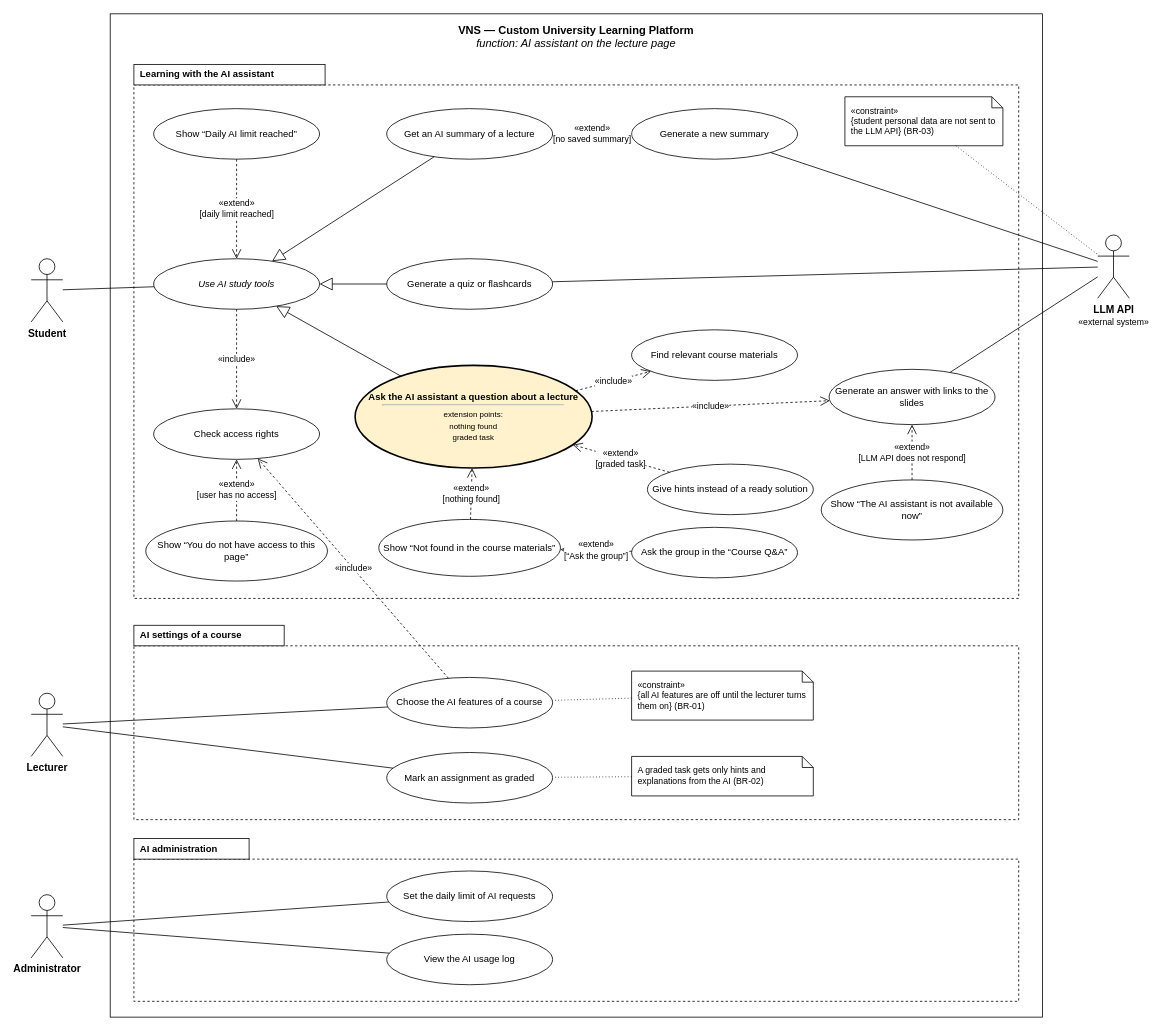
Before: BA/Part 5_Diagramming UML-20260912/Done/Manual/Artifacts/1. Use Case Diagram_VNS.drawio in yarikshevchuk/business-analysis, a draw.io diagram. Source tidied: cells renumbered, new cells numbered last; positions are measured from the earlier drawing's top-left corner, leaving out a move shared by most shapes. Both pictures are drawn from the tidied source at 79%, with x=0, y=0 at pixel (31, 13).
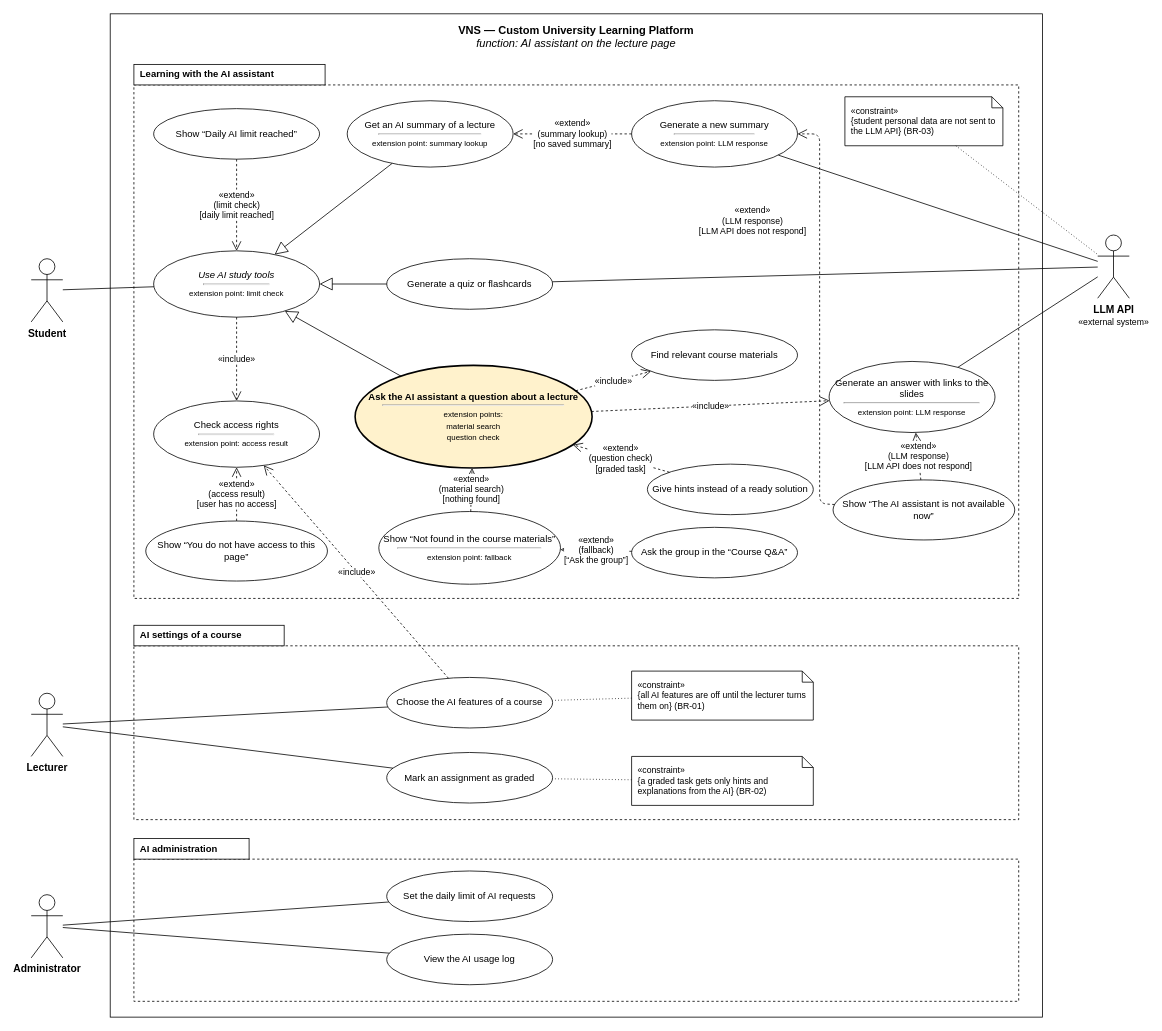
Above is the later version.

The change refers to these unchanged cells:
```xml
<mxCell id="13" value="Show “Daily AI limit reached”" style="ellipse;whiteSpace=wrap;html=1;fillColor=#ffffff;strokeColor=#000000;fontFamily=Helvetica;fontSize=12;" parent="1" vertex="1">
  <mxGeometry x="155" y="120" width="210" height="64" as="geometry" />
</mxCell>
<mxCell id="16" value="Show “You do not have access to this page”" style="ellipse;whiteSpace=wrap;html=1;fillColor=#ffffff;strokeColor=#000000;fontFamily=Helvetica;fontSize=12;" parent="1" vertex="1">
  <mxGeometry x="145" y="642" width="230" height="76" as="geometry" />
</mxCell>
<mxCell id="23" value="Give hints instead of a ready solution" style="ellipse;whiteSpace=wrap;html=1;fillColor=#ffffff;strokeColor=#000000;fontFamily=Helvetica;fontSize=12;" parent="1" vertex="1">
  <mxGeometry x="780" y="570" width="210" height="64" as="geometry" />
</mxCell>
<mxCell id="25" value="Ask the group in the “Course Q&amp;amp;A”" style="ellipse;whiteSpace=wrap;html=1;fillColor=#ffffff;strokeColor=#000000;fontFamily=Helvetica;fontSize=12;" parent="1" vertex="1">
  <mxGeometry x="760" y="650" width="210" height="64" as="geometry" />
</mxCell>
```

What changed in the source:
```diff
@@
-    <mxCell id="14" value="&lt;i&gt;Use AI study tools&lt;/i&gt;" style="ellipse;whiteSpace=wrap;html=1;fillColor=#ffffff;strokeColor=#000000;fontFamily=Helvetica;fontSize=12;" parent="1" vertex="1">
-      <mxGeometry x="155" y="310" width="210" height="64" as="geometry" />
+    <mxCell id="14" value="&lt;i&gt;Use AI study tools&lt;/i&gt;&lt;hr style=&quot;margin:3px 18px&quot;&gt;&lt;span style=&quot;font-size:10px&quot;&gt;extension point: limit check&lt;/span&gt;" style="ellipse;whiteSpace=wrap;html=1;fillColor=#ffffff;strokeColor=#000000;fontFamily=Helvetica;fontSize=12;" parent="1" vertex="1">
+      <mxGeometry x="155" y="300" width="210" height="84" as="geometry" />
     </mxCell>
-    <mxCell id="15" value="Check access rights" style="ellipse;whiteSpace=wrap;html=1;fillColor=#ffffff;strokeColor=#000000;fontFamily=Helvetica;fontSize=12;" parent="1" vertex="1">
-      <mxGeometry x="155" y="500" width="210" height="64" as="geometry" />
+    <mxCell id="15" value="Check access rights&lt;hr style=&quot;margin:3px 18px&quot;&gt;&lt;span style=&quot;font-size:10px&quot;&gt;extension point: access result&lt;/span&gt;" style="ellipse;whiteSpace=wrap;html=1;fillColor=#ffffff;strokeColor=#000000;fontFamily=Helvetica;fontSize=12;" parent="1" vertex="1">
+      <mxGeometry x="155" y="490" width="210" height="84" as="geometry" />
     </mxCell>
@@
-    <mxCell id="17" value="Get an AI summary of a lecture" style="ellipse;whiteSpace=wrap;html=1;fillColor=#ffffff;strokeColor=#000000;fontFamily=Helvetica;fontSize=12;" parent="1" vertex="1">
-      <mxGeometry x="450" y="120" width="210" height="64" as="geometry" />
+    <mxCell id="17" value="Get an AI summary of a lecture&lt;hr style=&quot;margin:3px 18px&quot;&gt;&lt;span style=&quot;font-size:10px&quot;&gt;extension point: summary lookup&lt;/span&gt;" style="ellipse;whiteSpace=wrap;html=1;fillColor=#ffffff;strokeColor=#000000;fontFamily=Helvetica;fontSize=12;" parent="1" vertex="1">
+      <mxGeometry x="400" y="110" width="210" height="84" as="geometry" />
     </mxCell>
-    <mxCell id="18" value="Generate a new summary" style="ellipse;whiteSpace=wrap;html=1;fillColor=#ffffff;strokeColor=#000000;fontFamily=Helvetica;fontSize=12;" parent="1" vertex="1">
-      <mxGeometry x="760" y="120" width="210" height="64" as="geometry" />
+    <mxCell id="18" value="Generate a new summary&lt;hr style=&quot;margin:3px 18px&quot;&gt;&lt;span style=&quot;font-size:10px&quot;&gt;extension point: LLM response&lt;/span&gt;" style="ellipse;whiteSpace=wrap;html=1;fillColor=#ffffff;strokeColor=#000000;fontFamily=Helvetica;fontSize=12;" parent="1" vertex="1">
+      <mxGeometry x="760" y="110" width="210" height="84" as="geometry" />
     </mxCell>
@@
-    <mxCell id="20" value="&lt;b&gt;Ask the AI assistant a question about a lecture&lt;/b&gt;&lt;hr style=&quot;margin:3px 18px&quot;&gt;&lt;span style=&quot;font-size:10px&quot;&gt;extension points:&lt;br&gt;nothing found&lt;br&gt;graded task&lt;/span&gt;" style="ellipse;whiteSpace=wrap;html=1;fillColor=#fff2cc;strokeColor=#000000;strokeWidth=2;fontFamily=Helvetica;fontSize=12;" parent="1" vertex="1">
+    <mxCell id="20" value="&lt;b&gt;Ask the AI assistant a question about a lecture&lt;/b&gt;&lt;hr style=&quot;margin:3px 18px&quot;&gt;&lt;span style=&quot;font-size:10px&quot;&gt;extension points:&lt;br&gt;material search&lt;br&gt;question check&lt;/span&gt;" style="ellipse;whiteSpace=wrap;html=1;fillColor=#fff2cc;strokeColor=#000000;strokeWidth=2;fontFamily=Helvetica;fontSize=12;" parent="1" vertex="1">
       <mxGeometry x="410" y="445" width="300" height="130" as="geometry" />
     </mxCell>
@@
-    <mxCell id="22" value="Generate an answer with links to the slides" style="ellipse;whiteSpace=wrap;html=1;fillColor=#ffffff;strokeColor=#000000;fontFamily=Helvetica;fontSize=12;" parent="1" vertex="1">
-      <mxGeometry x="1010" y="450" width="210" height="70" as="geometry" />
+    <mxCell id="22" value="Generate an answer with links to the slides&lt;hr style=&quot;margin:3px 18px&quot;&gt;&lt;span style=&quot;font-size:10px&quot;&gt;extension point: LLM response&lt;/span&gt;" style="ellipse;whiteSpace=wrap;html=1;fillColor=#ffffff;strokeColor=#000000;fontFamily=Helvetica;fontSize=12;" parent="1" vertex="1">
+      <mxGeometry x="1010" y="440" width="210" height="90" as="geometry" />
     </mxCell>
@@
-    <mxCell id="24" value="Show “Not found in the course materials”" style="ellipse;whiteSpace=wrap;html=1;fillColor=#ffffff;strokeColor=#000000;fontFamily=Helvetica;fontSize=12;" parent="1" vertex="1">
-      <mxGeometry x="440" y="640" width="230" height="72" as="geometry" />
+    <mxCell id="24" value="Show “Not found in the course materials”&lt;hr style=&quot;margin:3px 18px&quot;&gt;&lt;span style=&quot;font-size:10px&quot;&gt;extension point: fallback&lt;/span&gt;" style="ellipse;whiteSpace=wrap;html=1;fillColor=#ffffff;strokeColor=#000000;fontFamily=Helvetica;fontSize=12;" parent="1" vertex="1">
+      <mxGeometry x="440" y="630" width="230" height="92" as="geometry" />
     </mxCell>
@@
     <mxCell id="26" value="Show “The AI assistant is not available now”" style="ellipse;whiteSpace=wrap;html=1;fillColor=#ffffff;strokeColor=#000000;fontFamily=Helvetica;fontSize=12;" parent="1" vertex="1">
-      <mxGeometry x="1000" y="590" width="230" height="76" as="geometry" />
+      <mxGeometry x="1015" y="590" width="230" height="76" as="geometry" />
     </mxCell>
@@
-    <mxCell id="46" value="«extend»&lt;br&gt;[daily limit reached]" style="endArrow=open;endSize=10;dashed=1;html=1;strokeColor=#000000;fontSize=11;" parent="1" edge="1" source="13" target="14">
+    <mxCell id="46" value="«extend»&lt;br&gt;(limit check)&lt;br&gt;[daily limit reached]" style="endArrow=open;endSize=10;dashed=1;html=1;strokeColor=#000000;fontSize=11;" parent="1" edge="1" source="13" target="14">
       <mxGeometry relative="1" as="geometry" />
     </mxCell>
-    <mxCell id="47" value="«extend»&lt;br&gt;[user has no access]" style="endArrow=open;endSize=10;dashed=1;html=1;strokeColor=#000000;fontSize=11;" parent="1" edge="1" source="16" target="15">
+    <mxCell id="47" value="«extend»&lt;br&gt;(access result)&lt;br&gt;[user has no access]" style="endArrow=open;endSize=10;dashed=1;html=1;strokeColor=#000000;fontSize=11;" parent="1" edge="1" source="16" target="15">
       <mxGeometry relative="1" as="geometry" />
     </mxCell>
-    <mxCell id="48" value="«extend»&lt;br&gt;[no saved summary]" style="endArrow=open;endSize=10;dashed=1;html=1;strokeColor=#000000;fontSize=11;" parent="1" edge="1" source="18" target="17">
+    <mxCell id="48" value="«extend»&lt;br&gt;(summary lookup)&lt;br&gt;[no saved summary]" style="endArrow=open;endSize=10;dashed=1;html=1;strokeColor=#000000;fontSize=11;" parent="1" edge="1" source="18" target="17">
       <mxGeometry relative="1" as="geometry" />
     </mxCell>
-    <mxCell id="49" value="«extend»&lt;br&gt;[graded task]" style="endArrow=open;endSize=10;dashed=1;html=1;strokeColor=#000000;fontSize=11;" parent="1" edge="1" source="23" target="20">
+    <mxCell id="49" value="«extend»&lt;br&gt;(question check)&lt;br&gt;[graded task]" style="endArrow=open;endSize=10;dashed=1;html=1;strokeColor=#000000;fontSize=11;" parent="1" edge="1" source="23" target="20">
       <mxGeometry relative="1" as="geometry" />
     </mxCell>
-    <mxCell id="50" value="«extend»&lt;br&gt;[nothing found]" style="endArrow=open;endSize=10;dashed=1;html=1;strokeColor=#000000;fontSize=11;" parent="1" edge="1" source="24" target="20">
+    <mxCell id="50" value="«extend»&lt;br&gt;(material search)&lt;br&gt;[nothing found]" style="endArrow=open;endSize=10;dashed=1;html=1;strokeColor=#000000;fontSize=11;" parent="1" edge="1" source="24" target="20">
       <mxGeometry relative="1" as="geometry" />
     </mxCell>
-    <mxCell id="51" value="«extend»&lt;br&gt;[“Ask the group”]" style="endArrow=open;endSize=10;dashed=1;html=1;strokeColor=#000000;fontSize=11;" parent="1" edge="1" source="25" target="24">
+    <mxCell id="51" value="«extend»&lt;br&gt;(fallback)&lt;br&gt;[“Ask the group”]" style="endArrow=open;endSize=10;dashed=1;html=1;strokeColor=#000000;fontSize=11;" parent="1" edge="1" source="25" target="24">
       <mxGeometry relative="1" as="geometry" />
     </mxCell>
-    <mxCell id="52" value="«extend»&lt;br&gt;[LLM API does not respond]" style="endArrow=open;endSize=10;dashed=1;html=1;strokeColor=#000000;fontSize=11;" parent="1" edge="1" source="26" target="22">
+    <mxCell id="52" value="«extend»&lt;br&gt;(LLM response)&lt;br&gt;[LLM API does not respond]" style="endArrow=open;endSize=10;dashed=1;html=1;strokeColor=#000000;fontSize=11;" parent="1" edge="1" source="26" target="22">
       <mxGeometry relative="1" as="geometry" />
     </mxCell>
@@
-    <mxCell id="57" value="A graded task gets only hints and explanations from the AI (BR-02)" style="shape=note;whiteSpace=wrap;html=1;size=14;fillColor=#ffffff;strokeColor=#000000;align=left;spacingLeft=6;spacingRight=6;fontSize=11;" parent="1" vertex="1">
-      <mxGeometry x="760" y="940" width="230" height="50" as="geometry" />
+    <mxCell id="57" value="«constraint»&lt;br&gt;{a graded task gets only hints and explanations from the AI} (BR-02)" style="shape=note;whiteSpace=wrap;html=1;size=14;fillColor=#ffffff;strokeColor=#000000;align=left;spacingLeft=6;spacingRight=6;fontSize=11;" parent="1" vertex="1">
+      <mxGeometry x="760" y="940" width="230" height="62" as="geometry" />
     </mxCell>
@@
+    <mxCell id="59" value="«extend»&lt;br&gt;(LLM response)&lt;br&gt;[LLM API does not respond]" style="endArrow=open;endSize=10;dashed=1;html=1;strokeColor=#000000;fontSize=11;" parent="1" edge="1" source="26" target="18">
+      <mxGeometry relative="1" as="geometry">
+        <Array as="points">
+          <mxPoint x="998" y="620" />
+          <mxPoint x="998" y="152" />
+        </Array>
+        <mxPoint x="-85" y="-120" as="offset" />
+      </mxGeometry>
+    </mxCell>
```
